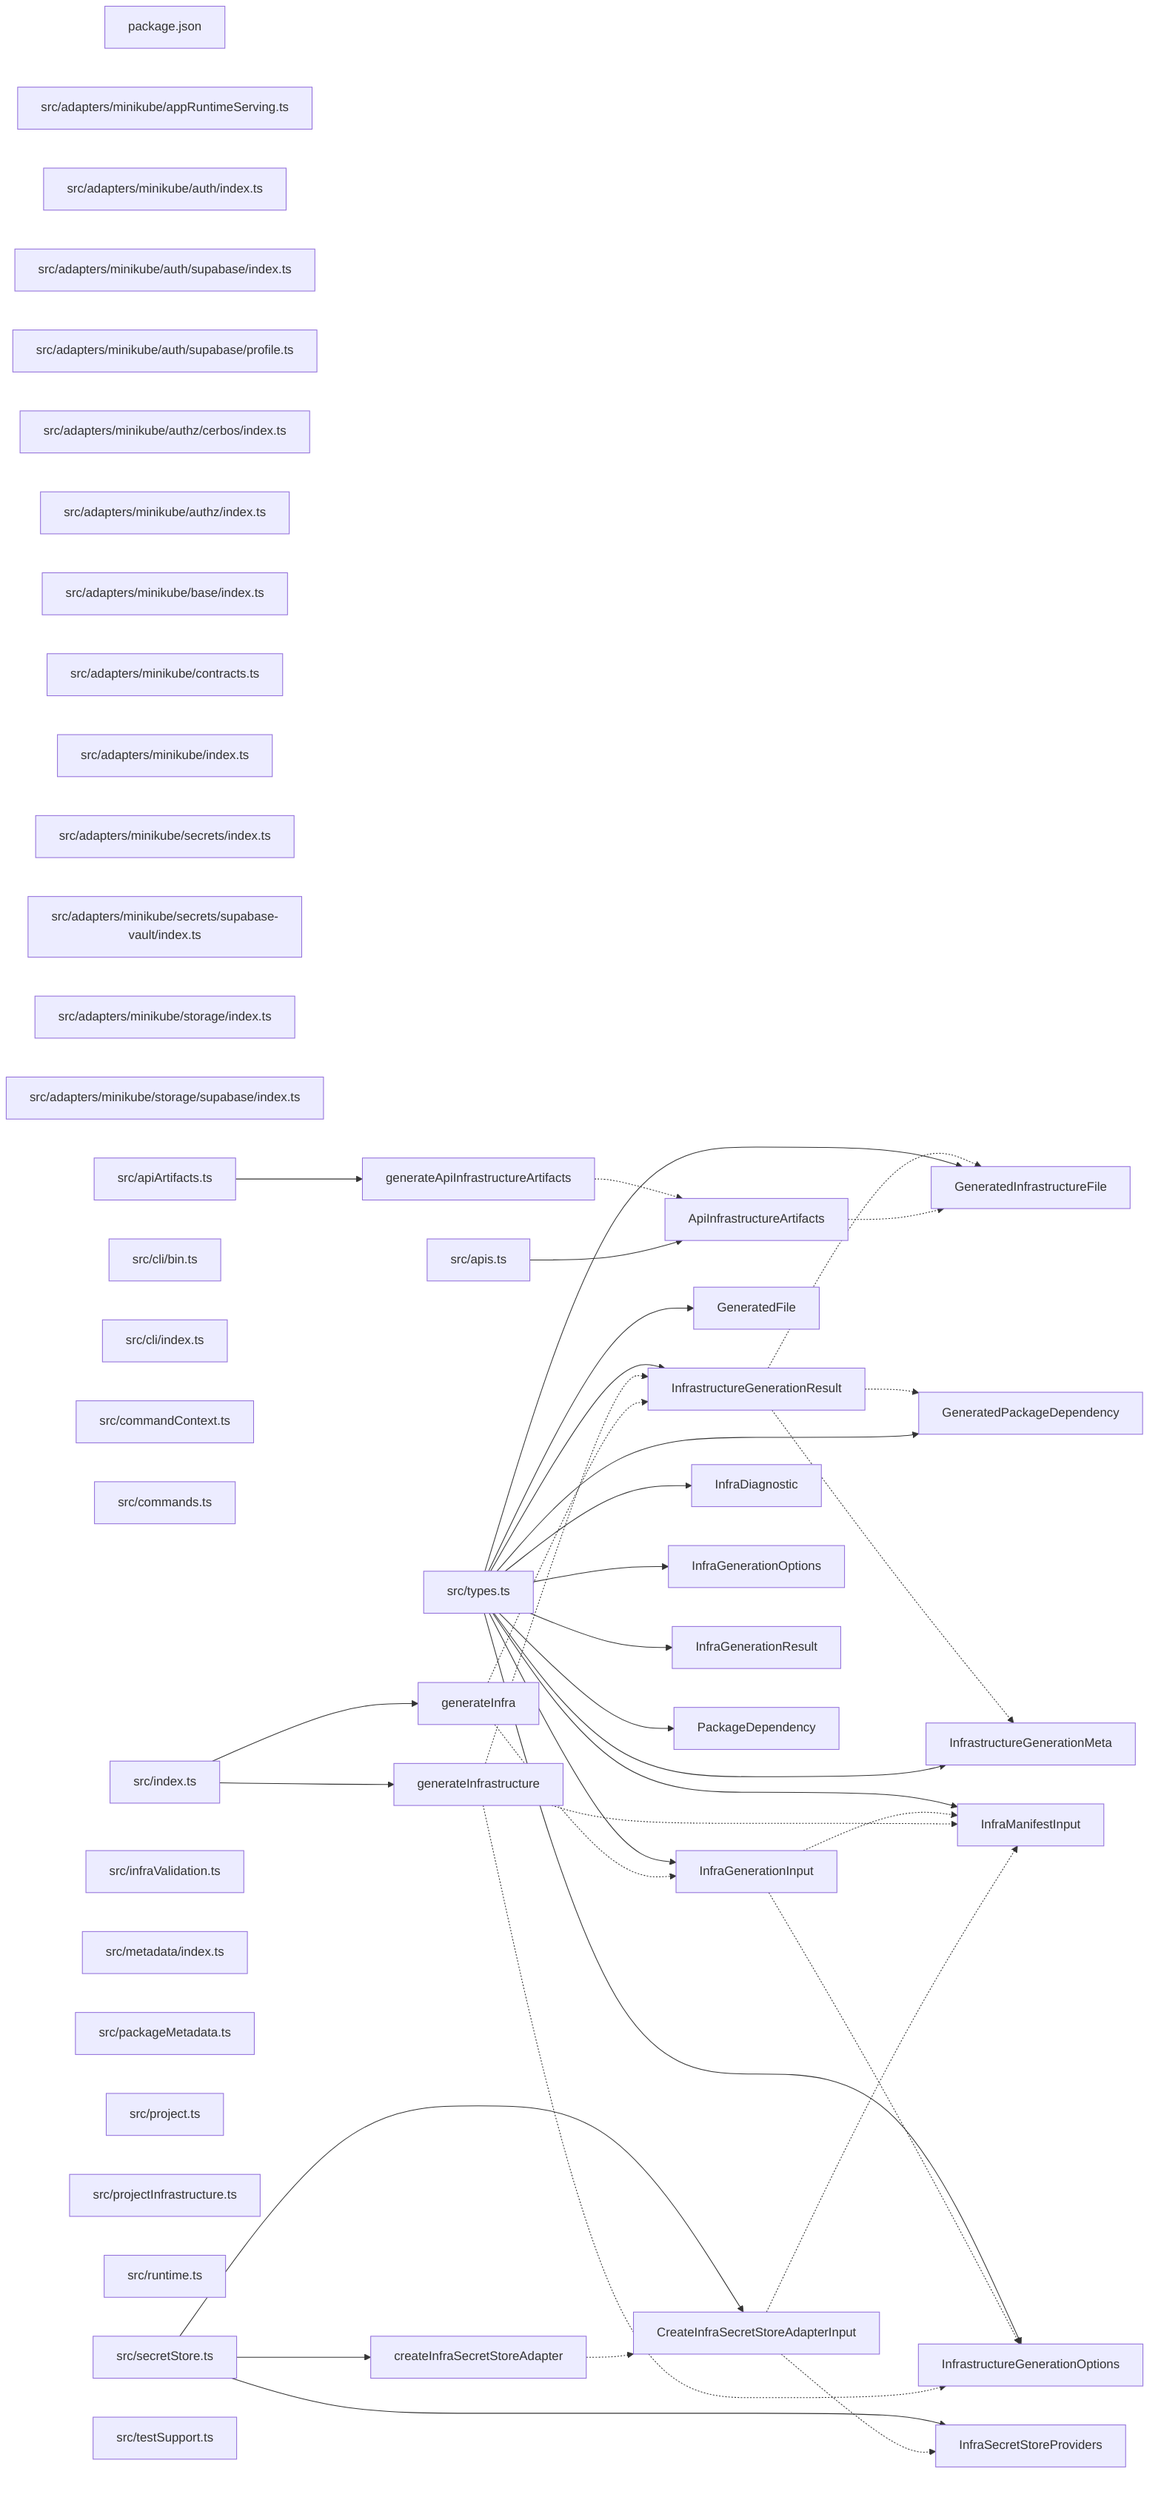
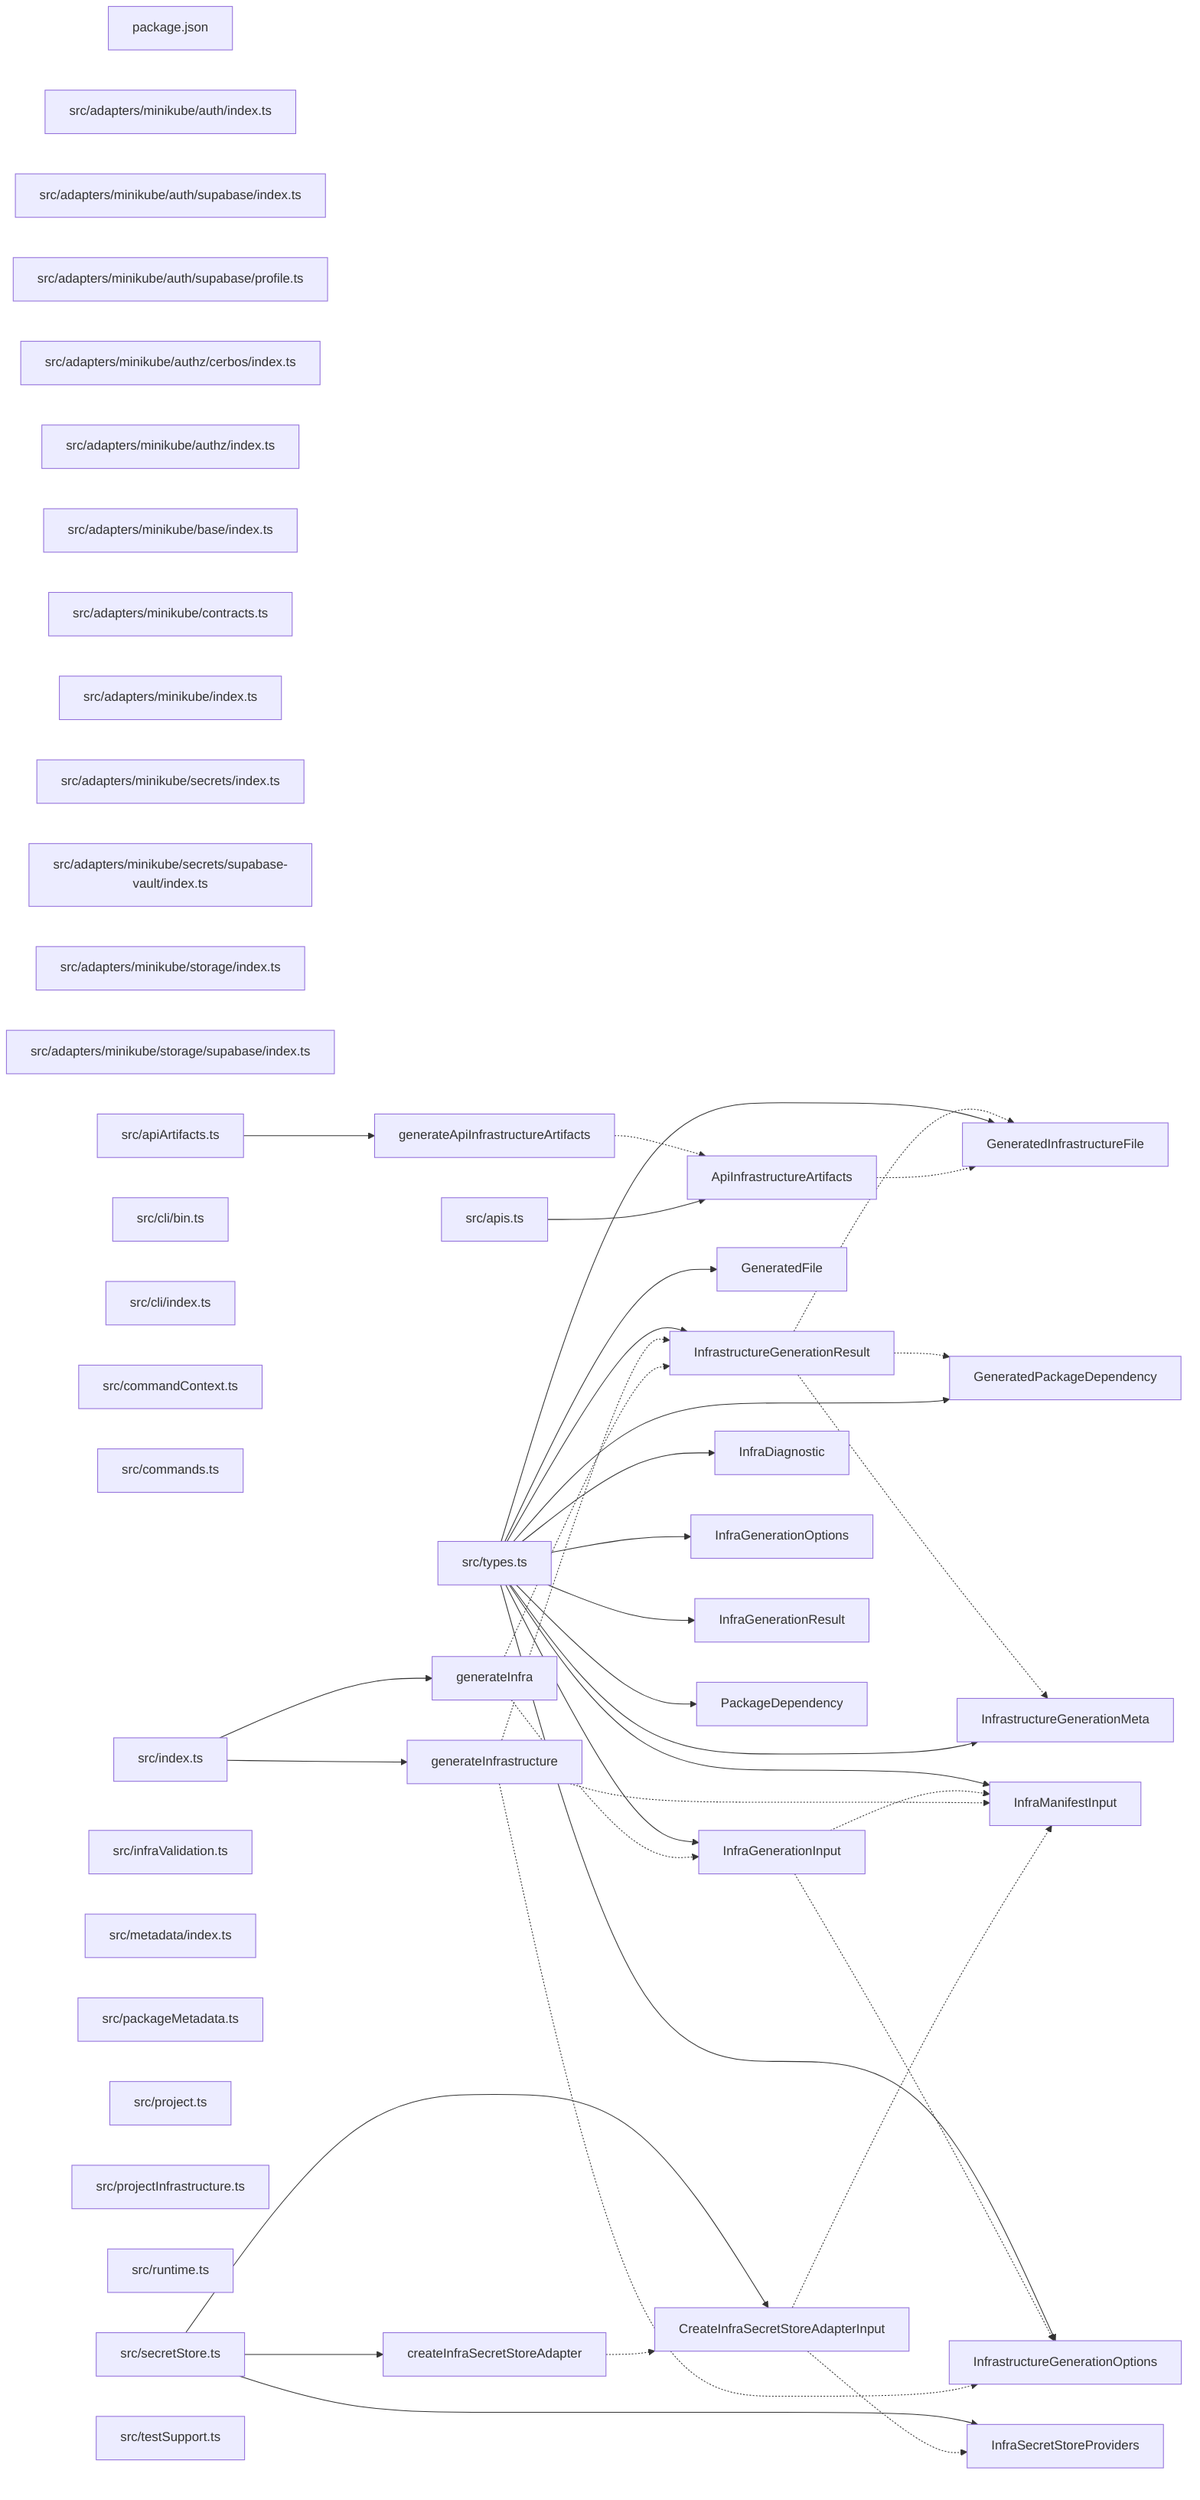
graph LR
  module_package_json["package.json"]
-   module_src_adapters_minikube_appRuntimeServing_ts["src/adapters/minikube/appRuntimeServing.ts"]
  module_src_adapters_minikube_auth_index_ts["src/adapters/minikube/auth/index.ts"]
  module_src_adapters_minikube_auth_supabase_index_ts["src/adapters/minikube/auth/supabase/index.ts"]
  module_src_adapters_minikube_auth_supabase_profile_ts["src/adapters/minikube/auth/supabase/profile.ts"]
  module_src_adapters_minikube_authz_cerbos_index_ts["src/adapters/minikube/authz/cerbos/index.ts"]
  module_src_adapters_minikube_authz_index_ts["src/adapters/minikube/authz/index.ts"]
  module_src_adapters_minikube_base_index_ts["src/adapters/minikube/base/index.ts"]
  module_src_adapters_minikube_contracts_ts["src/adapters/minikube/contracts.ts"]
  module_src_adapters_minikube_index_ts["src/adapters/minikube/index.ts"]
  module_src_adapters_minikube_secrets_index_ts["src/adapters/minikube/secrets/index.ts"]
  module_src_adapters_minikube_secrets_supabase_vault_index_ts["src/adapters/minikube/secrets/supabase-vault/index.ts"]
  module_src_adapters_minikube_storage_index_ts["src/adapters/minikube/storage/index.ts"]
  module_src_adapters_minikube_storage_supabase_index_ts["src/adapters/minikube/storage/supabase/index.ts"]
  module_src_apiArtifacts_ts["src/apiArtifacts.ts"]
  module_src_apis_ts["src/apis.ts"]
  module_src_cli_bin_ts["src/cli/bin.ts"]
  module_src_cli_index_ts["src/cli/index.ts"]
  module_src_commandContext_ts["src/commandContext.ts"]
  module_src_commands_ts["src/commands.ts"]
  module_src_index_ts["src/index.ts"]
  module_src_infraValidation_ts["src/infraValidation.ts"]
  module_src_metadata_index_ts["src/metadata/index.ts"]
  module_src_packageMetadata_ts["src/packageMetadata.ts"]
  module_src_project_ts["src/project.ts"]
  module_src_projectInfrastructure_ts["src/projectInfrastructure.ts"]
  module_src_runtime_ts["src/runtime.ts"]
  module_src_secretStore_ts["src/secretStore.ts"]
  module_src_testSupport_ts["src/testSupport.ts"]
  module_src_types_ts["src/types.ts"]
  export_ApiInfrastructureArtifacts["ApiInfrastructureArtifacts"]
  module_src_apis_ts --> export_ApiInfrastructureArtifacts
  export_ApiInfrastructureArtifacts -.-> export_GeneratedInfrastructureFile
  export_createInfraSecretStoreAdapter["createInfraSecretStoreAdapter"]
  module_src_secretStore_ts --> export_createInfraSecretStoreAdapter
  export_createInfraSecretStoreAdapter -.-> export_CreateInfraSecretStoreAdapterInput
  export_CreateInfraSecretStoreAdapterInput["CreateInfraSecretStoreAdapterInput"]
  module_src_secretStore_ts --> export_CreateInfraSecretStoreAdapterInput
  export_CreateInfraSecretStoreAdapterInput -.-> export_InfraManifestInput
  export_CreateInfraSecretStoreAdapterInput -.-> export_InfraSecretStoreProviders
  export_generateApiInfrastructureArtifacts["generateApiInfrastructureArtifacts"]
  module_src_apiArtifacts_ts --> export_generateApiInfrastructureArtifacts
  export_generateApiInfrastructureArtifacts -.-> export_ApiInfrastructureArtifacts
  export_GeneratedFile["GeneratedFile"]
  module_src_types_ts --> export_GeneratedFile
  export_GeneratedInfrastructureFile["GeneratedInfrastructureFile"]
  module_src_types_ts --> export_GeneratedInfrastructureFile
  export_GeneratedPackageDependency["GeneratedPackageDependency"]
  module_src_types_ts --> export_GeneratedPackageDependency
  export_generateInfra["generateInfra"]
  module_src_index_ts --> export_generateInfra
  export_generateInfra -.-> export_InfraGenerationInput
  export_generateInfra -.-> export_InfrastructureGenerationResult
  export_generateInfrastructure["generateInfrastructure"]
  module_src_index_ts --> export_generateInfrastructure
  export_generateInfrastructure -.-> export_InfraManifestInput
  export_generateInfrastructure -.-> export_InfrastructureGenerationOptions
  export_generateInfrastructure -.-> export_InfrastructureGenerationResult
  export_InfraDiagnostic["InfraDiagnostic"]
  module_src_types_ts --> export_InfraDiagnostic
  export_InfraGenerationInput["InfraGenerationInput"]
  module_src_types_ts --> export_InfraGenerationInput
  export_InfraGenerationInput -.-> export_InfraManifestInput
  export_InfraGenerationInput -.-> export_InfrastructureGenerationOptions
  export_InfraGenerationOptions["InfraGenerationOptions"]
  module_src_types_ts --> export_InfraGenerationOptions
  export_InfraGenerationResult["InfraGenerationResult"]
  module_src_types_ts --> export_InfraGenerationResult
  export_InfraManifestInput["InfraManifestInput"]
  module_src_types_ts --> export_InfraManifestInput
  export_InfraSecretStoreProviders["InfraSecretStoreProviders"]
  module_src_secretStore_ts --> export_InfraSecretStoreProviders
  export_InfrastructureGenerationMeta["InfrastructureGenerationMeta"]
  module_src_types_ts --> export_InfrastructureGenerationMeta
  export_InfrastructureGenerationOptions["InfrastructureGenerationOptions"]
  module_src_types_ts --> export_InfrastructureGenerationOptions
  export_InfrastructureGenerationResult["InfrastructureGenerationResult"]
  module_src_types_ts --> export_InfrastructureGenerationResult
  export_InfrastructureGenerationResult -.-> export_GeneratedInfrastructureFile
  export_InfrastructureGenerationResult -.-> export_GeneratedPackageDependency
  export_InfrastructureGenerationResult -.-> export_InfrastructureGenerationMeta
  export_PackageDependency["PackageDependency"]
  module_src_types_ts --> export_PackageDependency
